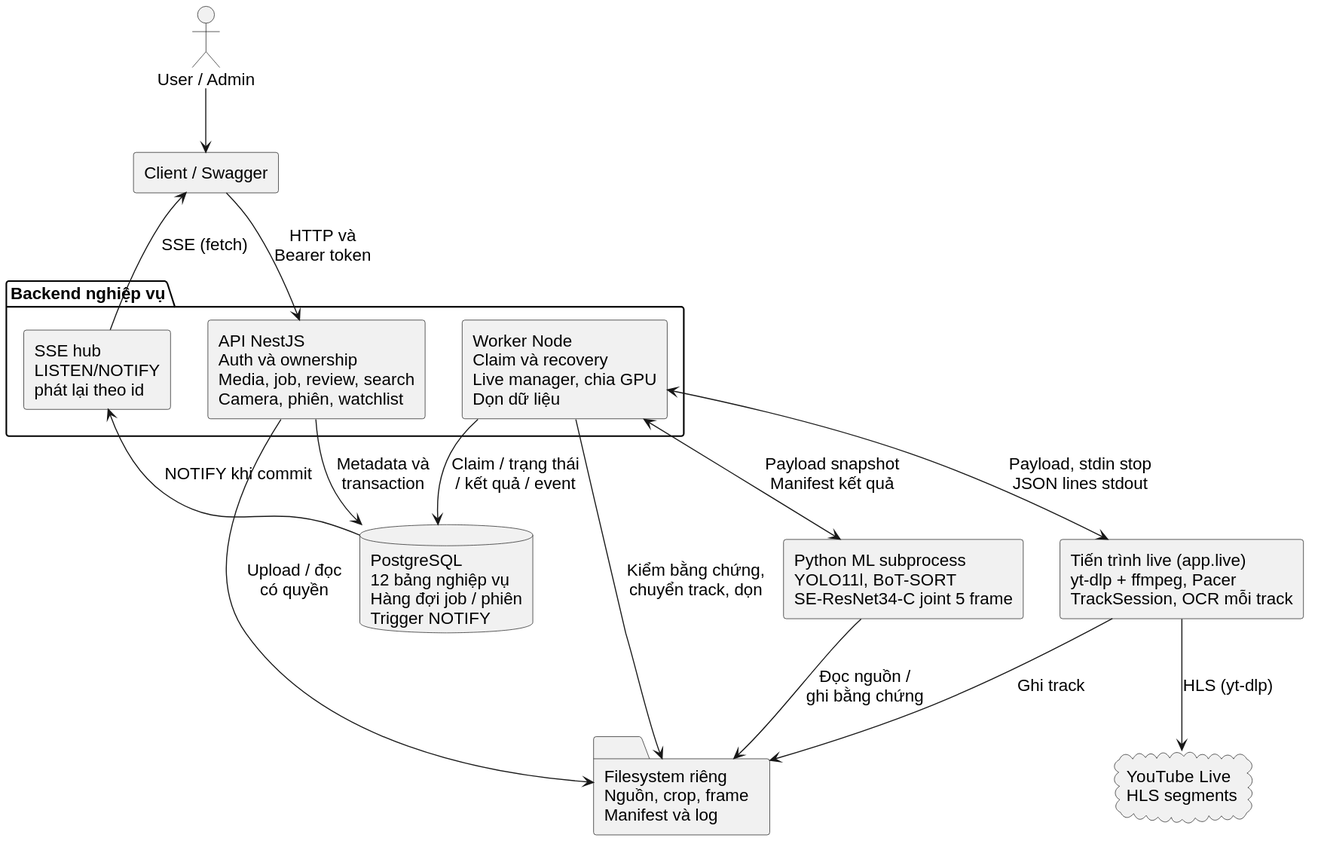
Before: docs/analysis/diagrams/15-architecture.svg, a diagram exported from PlantUML (Oszumeiii/Vehicle_Tracking_BE).
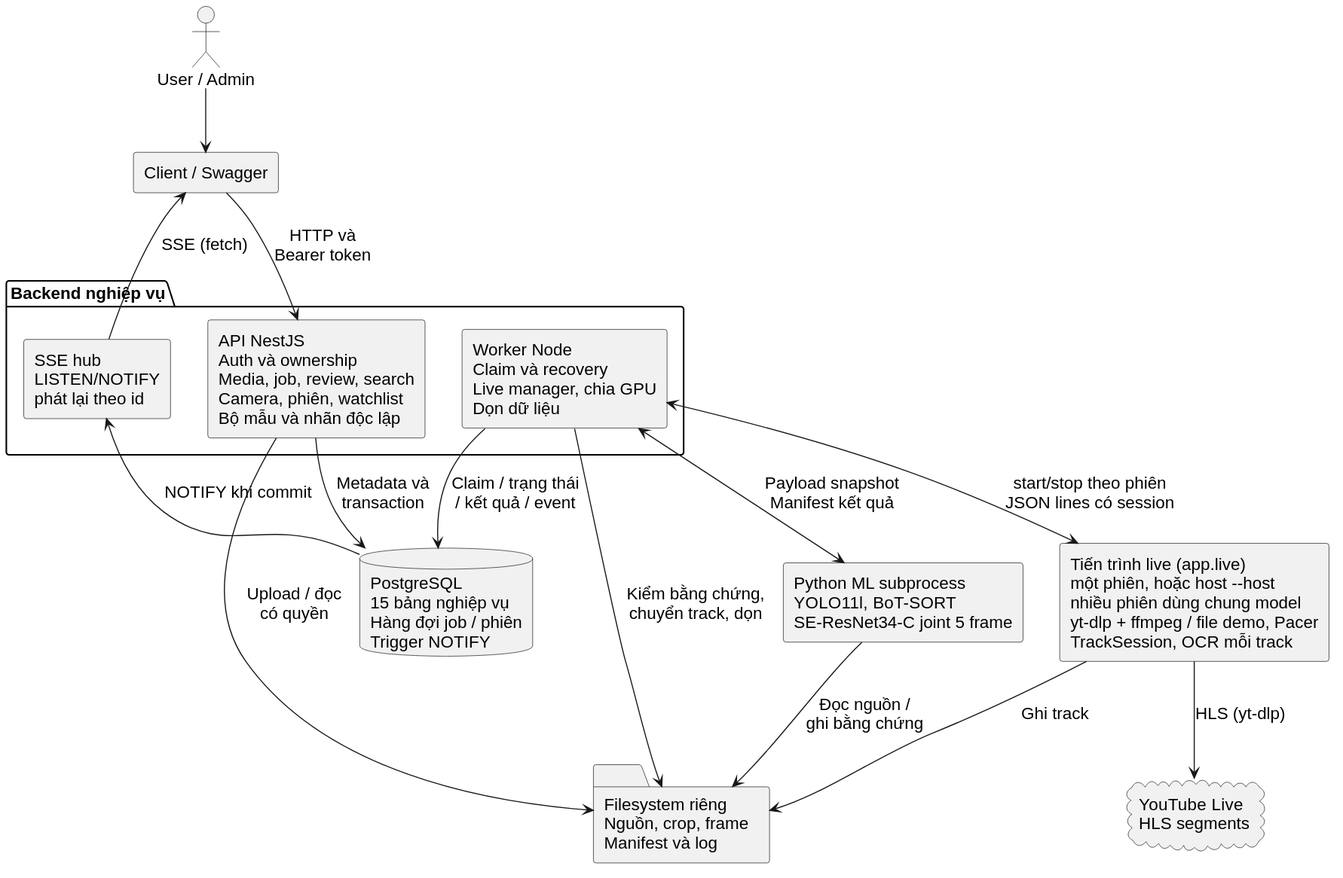
The same file after the commit.

The edit, as a diff of the source:
```diff
@@ -9,14 +9,14 @@
 component "Client / Swagger" as client
 cloud "YouTube Live\nHLS segments" as youtube
 package "Backend nghiệp vụ" {
-  component "API NestJS\nAuth và ownership\nMedia, job, review, search\nCamera, phiên, watchlist" as api
+  component "API NestJS\nAuth và ownership\nMedia, job, review, search\nCamera, phiên, watchlist\nBộ mẫu và nhãn độc lập" as api
   component "SSE hub\nLISTEN/NOTIFY\nphát lại theo id" as hub
   component "Worker Node\nClaim và recovery\nLive manager, chia GPU\nDọn dữ liệu" as worker
 }
-database "PostgreSQL\n12 bảng nghiệp vụ\nHàng đợi job / phiên\nTrigger NOTIFY" as db
+database "PostgreSQL\n15 bảng nghiệp vụ\nHàng đợi job / phiên\nTrigger NOTIFY" as db
 folder "Filesystem riêng\nNguồn, crop, frame\nManifest và log" as files
 component "Python ML subprocess\nYOLO11l, BoT-SORT\nSE-ResNet34-C joint 5 frame" as ml
-component "Tiến trình live (app.live)\nyt-dlp + ffmpeg, Pacer\nTrackSession, OCR mỗi track" as live
+component "Tiến trình live (app.live)\nmột phiên, hoặc host --host\nnhiều phiên dùng chung model\nyt-dlp + ffmpeg / file demo, Pacer\nTrackSession, OCR mỗi track" as live
 user --> client
 client --> api : HTTP và\nBearer token
 hub --> client : SSE (fetch)
@@ -25,7 +25,7 @@
 api --> files : Upload / đọc\ncó quyền
 worker --> db : Claim / trạng thái\n/ kết quả / event
 worker <--> ml : Payload snapshot\nManifest kết quả
-worker <--> live : Payload, stdin stop\nJSON lines stdout
+worker <--> live : start/stop theo phiên\nJSON lines có session
 live --> youtube : HLS (yt-dlp)
 ml --> files : Đọc nguồn /\nghi bằng chứng
 live --> files : Ghi track
```
